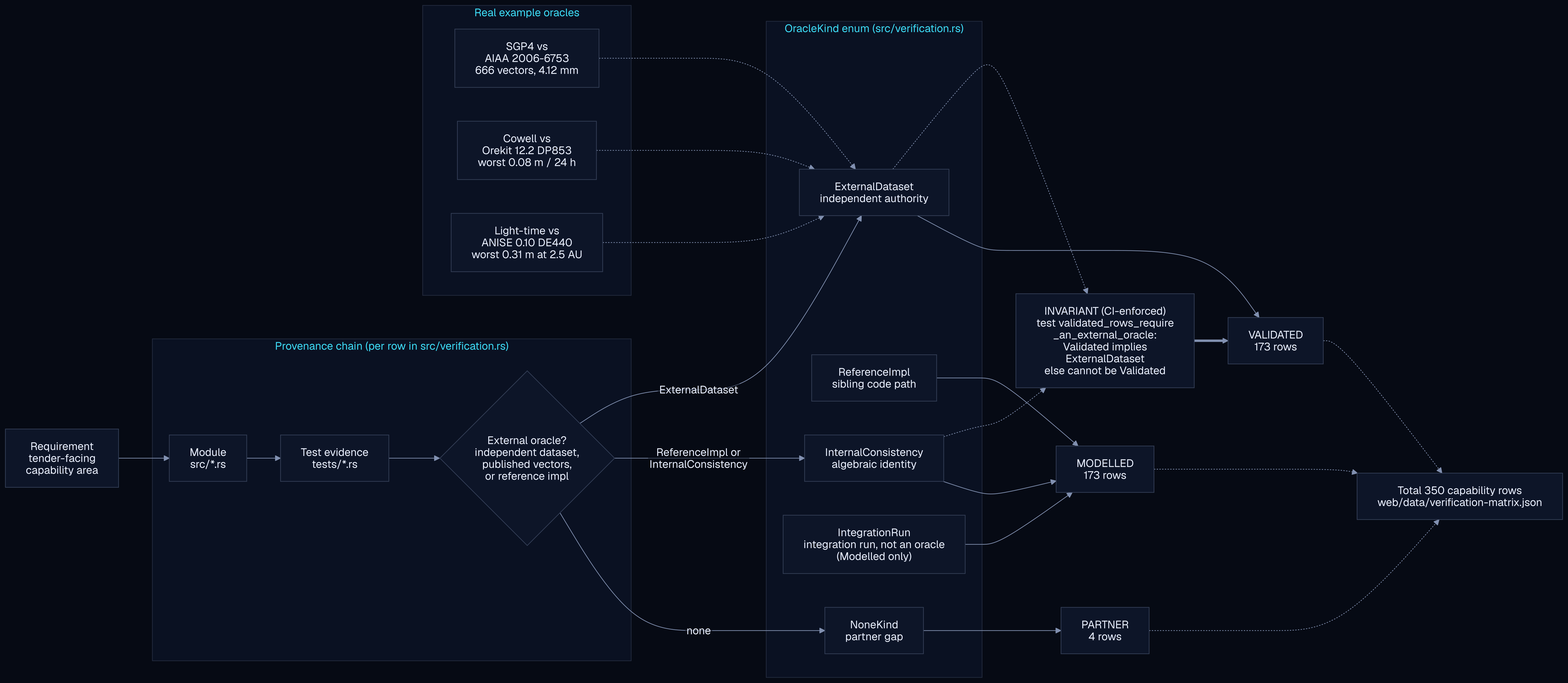
ashfordeOU/kshana keeps this Mermaid diagram as docs/assets/diagrams/validation-provenance.png. Above is the earlier version. Its source is kept beside it as docs/diagrams/validation-provenance.mmd.
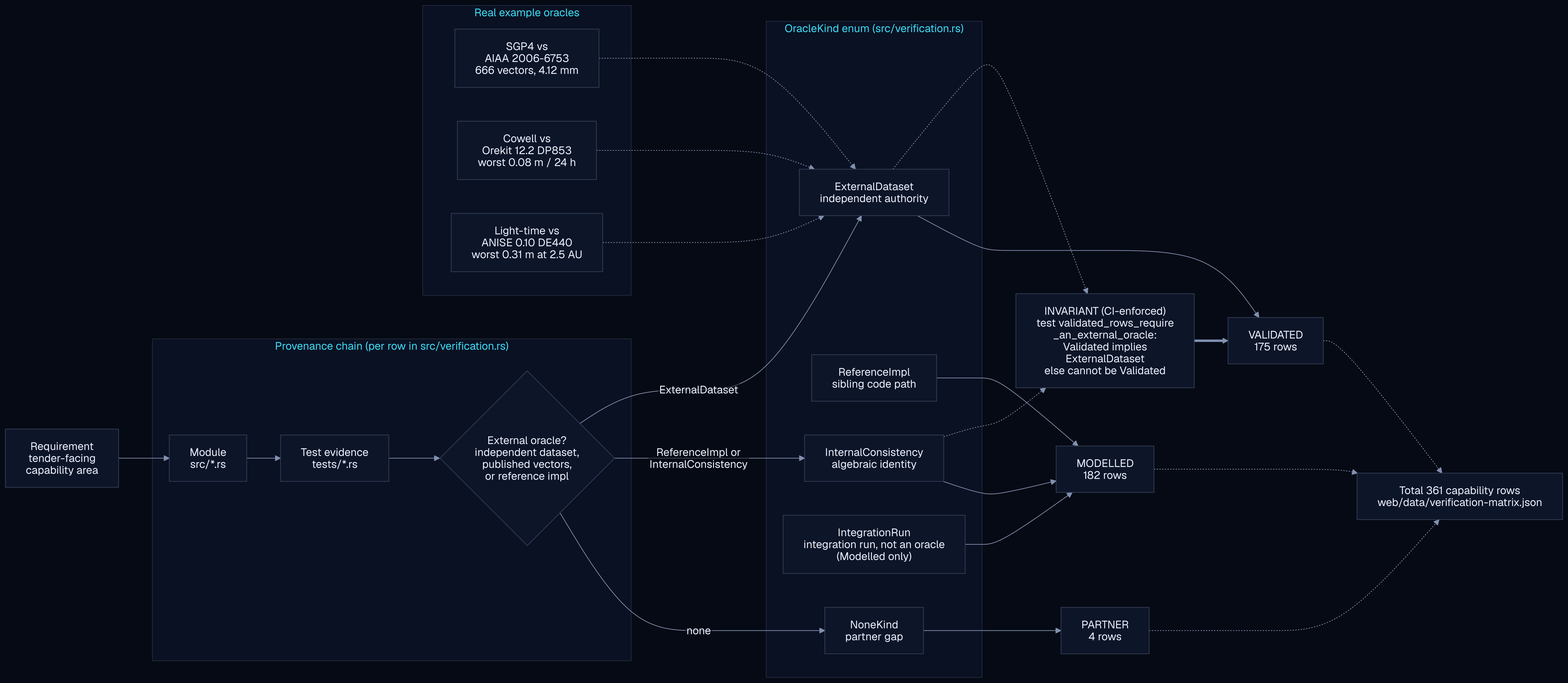
The same file after the commit.

Commit message:
Regenerate the provenance diagram, og-card and Studio ledger copy for batch 3b

Change to the diagram source:
```diff
@@ -27,8 +27,8 @@
     EXT -.-> GUARD
     INT -.-> GUARD
 
-    EXT --> VAL["VALIDATED<br/>173 rows"]
-    REF --> MDL["MODELLED<br/>173 rows"]
+    EXT --> VAL["VALIDATED<br/>175 rows"]
+    REF --> MDL["MODELLED<br/>182 rows"]
     INT --> MDL
     IRN --> MDL
     NON --> PRT["PARTNER<br/>4 rows"]
@@ -45,7 +45,7 @@
     E2 -.-> EXT
     E3 -.-> EXT
 
-    TOTAL["Total 350 capability rows<br/>web/data/verification-matrix.json"]
+    TOTAL["Total 361 capability rows<br/>web/data/verification-matrix.json"]
     VAL -.-> TOTAL
     MDL -.-> TOTAL
     PRT -.-> TOTAL
```
